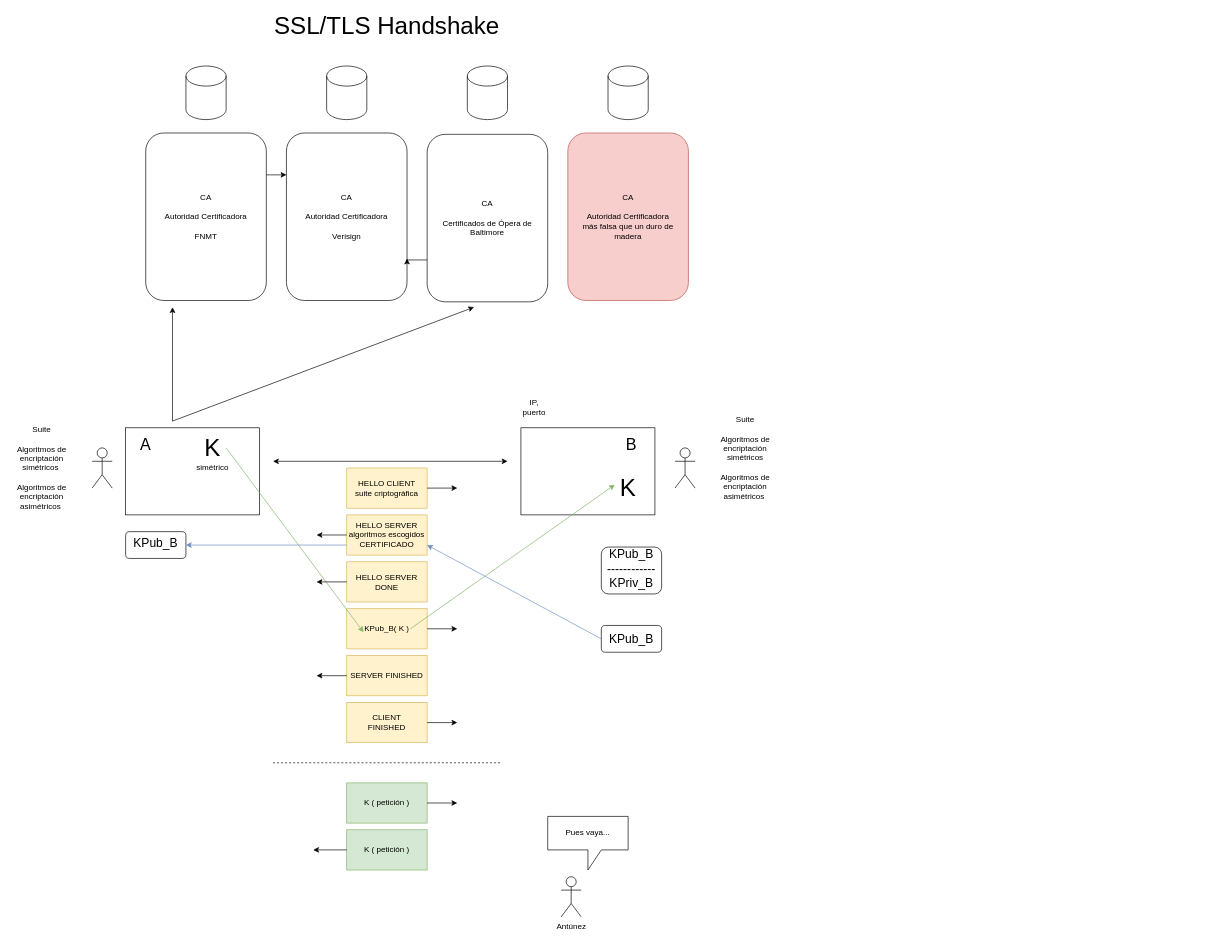
Above: page "Página-18" (15 of 29) of seguridad.drawio in lrag/seguridad_java (draw.io), before the change. Source tidied: cells renumbered, new cells numbered last; positions are measured from the earlier drawing's top-left corner, leaving out a move shared by most shapes. Both pictures are drawn from the tidied source at 67%, with x=0, y=0 at pixel (11, 19).
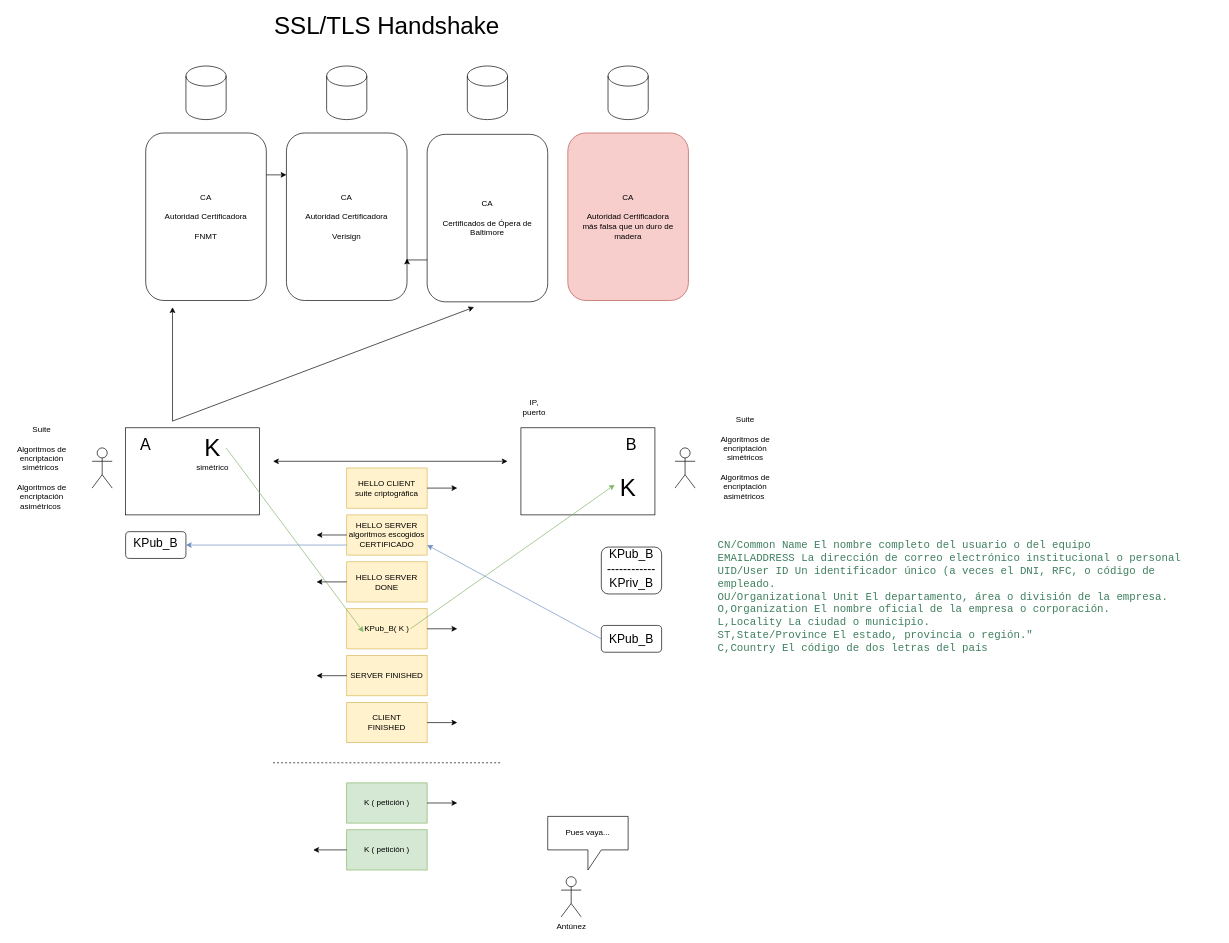
Above is the later version.

Change to the diagram source:
```diff
@@
+    <mxCell id="59" value="&lt;div style=&quot;background-color:#ffffff;padding:0px 0px 0px 2px;&quot;&gt;&lt;div style=&quot;color: rgb(0, 0, 0); background-color: rgb(255, 255, 255); font-family: Consolas; font-size: 12pt;&quot;&gt;&lt;p style=&quot;margin:0;&quot;&gt;&lt;span style=&quot;color:#3f7f5f;&quot;&gt;CN/Common Name&#9;&#9;&#9;El nombre completo del usuario o del equipo&#9;&#9;&#9;&#9;&#9;&lt;/span&gt;&lt;/p&gt;&lt;p style=&quot;margin:0;&quot;&gt;&lt;span style=&quot;color:#3f7f5f;&quot;&gt;EMAILADDRESS&#9;&#9;&#9;La dirección de correo electrónico institucional o personal&lt;/span&gt;&lt;/p&gt;&lt;p style=&quot;margin:0;&quot;&gt;&lt;span style=&quot;color:#3f7f5f;&quot;&gt;UID/User ID&#9;&#9;&#9;&#9;Un identificador único (a veces el DNI, RFC, o código de empleado.&lt;/span&gt;&lt;/p&gt;&lt;p style=&quot;margin:0;&quot;&gt;&lt;span style=&quot;color:#3f7f5f;&quot;&gt;OU/Organizational Unit&#9;El departamento, área o división de la empresa.&lt;/span&gt;&lt;/p&gt;&lt;p style=&quot;margin:0;&quot;&gt;&lt;span style=&quot;color:#3f7f5f;&quot;&gt;O,Organization&#9;&#9;&#9;El nombre oficial de la empresa o corporación.&lt;/span&gt;&lt;/p&gt;&lt;p style=&quot;margin:0;&quot;&gt;&lt;span style=&quot;color:#3f7f5f;&quot;&gt;L,Locality&#9;&#9;&#9;&#9;La ciudad o municipio.&lt;/span&gt;&lt;/p&gt;&lt;p style=&quot;margin:0;&quot;&gt;&lt;span style=&quot;color:#3f7f5f;&quot;&gt;ST,State/Province&#9;&#9;El estado, provincia o región.&quot;&lt;/span&gt;&lt;/p&gt;&lt;p style=&quot;margin:0;&quot;&gt;&lt;span style=&quot;color:#3f7f5f;&quot;&gt;C,Country&#9;&#9;&#9;&#9;El código de dos letras del país&lt;/span&gt;&lt;/p&gt;&lt;/div&gt;&lt;/div&gt;" style="text;whiteSpace=wrap;html=1;fontSize=12;" parent="1" vertex="1">
+      <mxGeometry x="1050" y="770" width="750" height="180" as="geometry" />
+    </mxCell>
```
